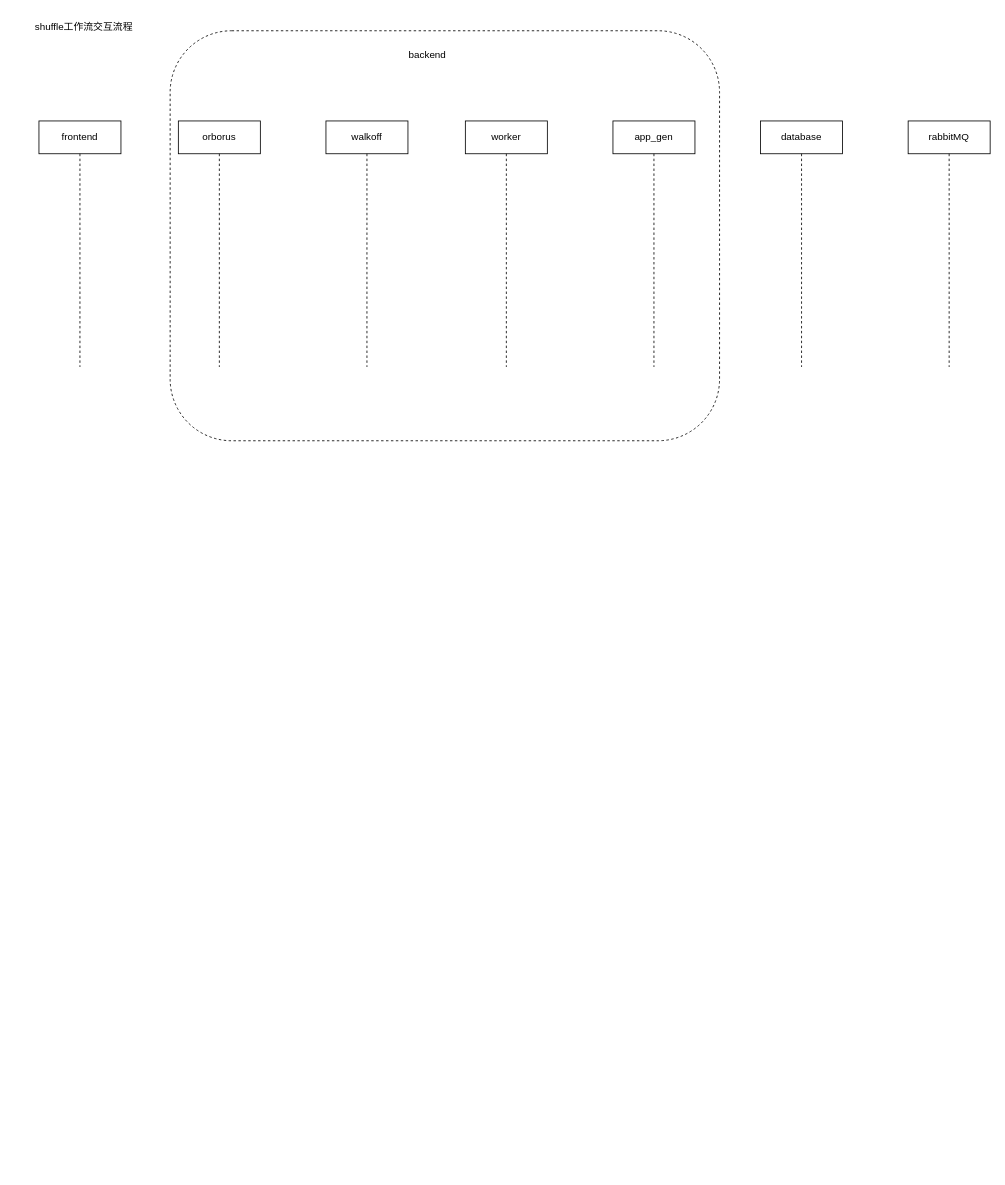
This is shuffle walkoff.drawio from lzhz2012/Shuffle, a draw.io file, before an edit. Source tidied: cells renumbered, new cells numbered last; positions are measured from the earlier drawing's top-left corner, leaving out a move shared by most shapes. Both pictures are drawn from the tidied source at 82%, with x=0, y=0 at pixel (14, 14).
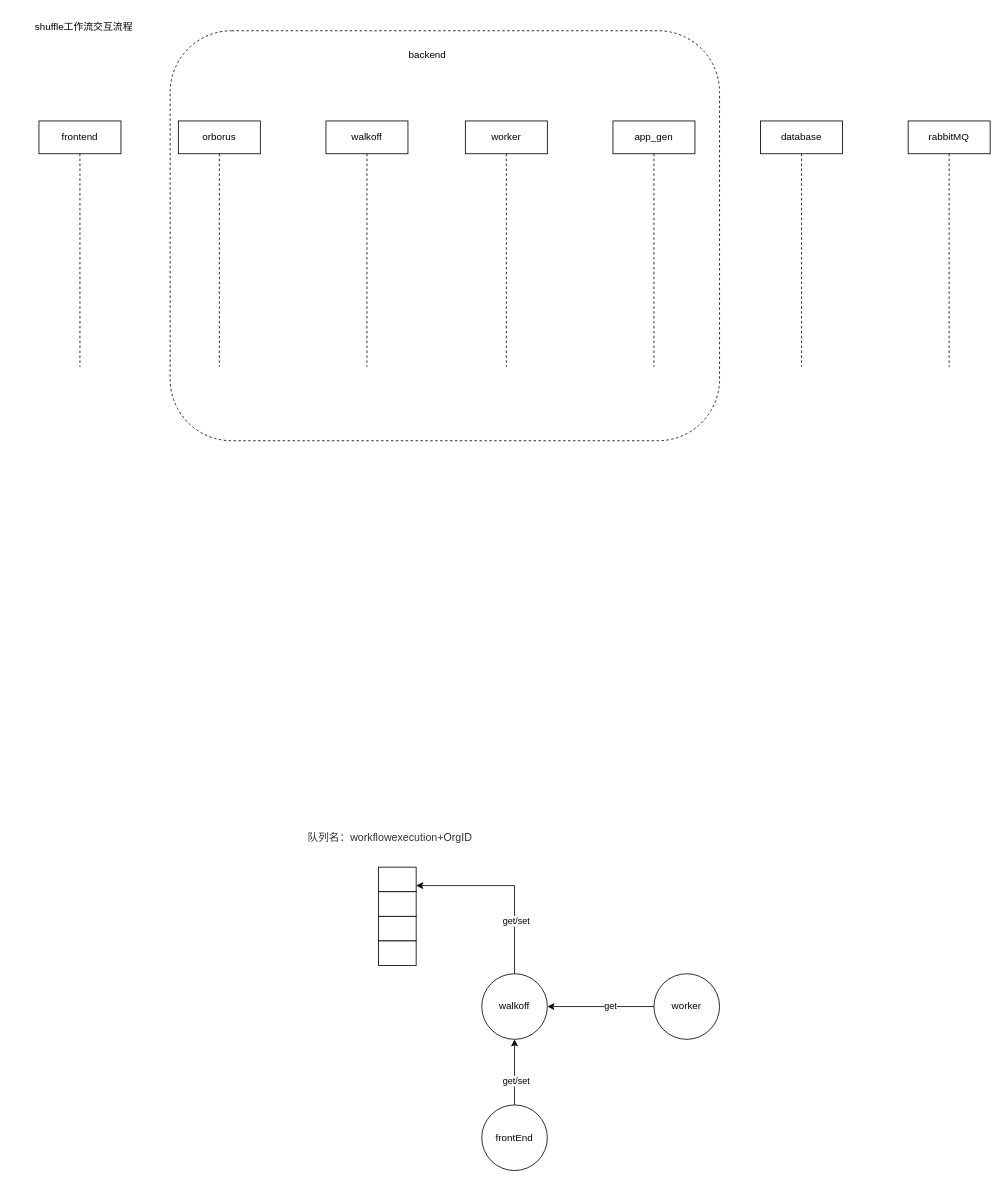
After the change.

What changed in the source:
```diff
@@
+    <mxCell id="12" style="rounded=0;whiteSpace=wrap;html=1;" parent="1" vertex="1">
+      <mxGeometry x="444" y="1040" width="46" height="30" as="geometry" />
+    </mxCell>
+    <mxCell id="13" style="rounded=0;whiteSpace=wrap;html=1;" parent="1" vertex="1">
+      <mxGeometry x="444" y="1070" width="46" height="30" as="geometry" />
+    </mxCell>
+    <mxCell id="14" style="rounded=0;whiteSpace=wrap;html=1;" parent="1" vertex="1">
+      <mxGeometry x="444" y="1100" width="46" height="30" as="geometry" />
+    </mxCell>
+    <mxCell id="15" style="rounded=0;whiteSpace=wrap;html=1;" parent="1" vertex="1">
+      <mxGeometry x="444" y="1130" width="46" height="30" as="geometry" />
+    </mxCell>
+    <mxCell id="16" value="&lt;span style=&quot;color: rgb(50 , 50 , 50) ; font-size: 13px ; font-style: normal ; font-weight: 400 ; letter-spacing: normal ; text-align: left ; text-indent: 0px ; text-transform: none ; word-spacing: 0px ; background-color: rgba(255 , 255 , 255 , 0.01) ; display: inline ; float: none&quot;&gt;队列名：workflowexecution+OrgID&lt;/span&gt;" style="text;whiteSpace=wrap;html=1;" parent="1" vertex="1">
+      <mxGeometry x="355.5" y="990" width="223" height="30" as="geometry" />
+    </mxCell>
+    <mxCell id="17" style="edgeStyle=orthogonalEdgeStyle;rounded=0;jettySize=auto;html=1;exitX=0;exitY=0.5;exitDx=0;exitDy=0;" parent="1" edge="1" source="19" target="22">
+      <mxGeometry relative="1" as="geometry" />
+    </mxCell>
+    <mxCell id="18" value="get" style="edgeLabel;html=1;align=center;verticalAlign=middle;" parent="17" vertex="1">
+      <mxGeometry x="-0.17" y="-2" relative="1" as="geometry" />
+    </mxCell>
+    <mxCell id="19" value="worker" style="ellipse;whiteSpace=wrap;html=1;fillColor=none;gradientColor=none;align=center;" parent="1" vertex="1">
+      <mxGeometry x="780" y="1170" width="80" height="80" as="geometry" />
+    </mxCell>
+    <mxCell id="20" style="edgeStyle=orthogonalEdgeStyle;rounded=0;jettySize=auto;html=1;exitX=0.5;exitY=0;exitDx=0;exitDy=0;entryX=1;entryY=0.75;entryDx=0;entryDy=0;" parent="1" edge="1" source="22" target="12">
+      <mxGeometry relative="1" as="geometry" />
+    </mxCell>
+    <mxCell id="21" value="get/set" style="edgeLabel;html=1;align=center;verticalAlign=middle;" parent="20" vertex="1">
+      <mxGeometry x="-0.43" y="-1" relative="1" as="geometry" />
+    </mxCell>
+    <mxCell id="22" value="walkoff" style="ellipse;whiteSpace=wrap;html=1;fillColor=none;gradientColor=none;align=center;" parent="1" vertex="1">
+      <mxGeometry x="570" y="1170" width="80" height="80" as="geometry" />
+    </mxCell>
+    <mxCell id="23" style="edgeStyle=orthogonalEdgeStyle;rounded=0;jettySize=auto;html=1;exitX=0.5;exitY=0;exitDx=0;exitDy=0;entryX=0.5;entryY=1;entryDx=0;entryDy=0;" parent="1" edge="1" source="25" target="22">
+      <mxGeometry relative="1" as="geometry" />
+    </mxCell>
+    <mxCell id="24" value="get/set" style="edgeLabel;html=1;align=center;verticalAlign=middle;" parent="23" vertex="1">
+      <mxGeometry x="-0.25" y="-1" relative="1" as="geometry" />
+    </mxCell>
+    <mxCell id="25" value="frontEnd" style="ellipse;whiteSpace=wrap;html=1;fillColor=none;gradientColor=none;align=center;" parent="1" vertex="1">
+      <mxGeometry x="570" y="1330" width="80" height="80" as="geometry" />
+    </mxCell>
```
